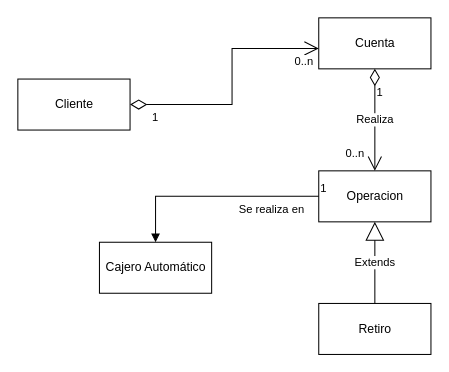
The draw.io diagram page "Vista Lógica" (2 of 7) of Clase5_IS1.drawio.xml in cpaztrillo/utec_isoftware1_2022_2, before the edit. Source tidied: cells renumbered, new cells numbered last; positions are measured from the earlier drawing's top-left corner, leaving out a move shared by most shapes. Both pictures are drawn from the tidied source at 102%, with x=0, y=0 at pixel (17, 17).
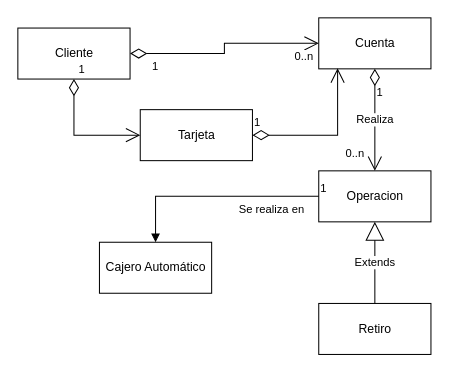
The same page after the edit.

The change refers to these unchanged cells:
```xml
<mxCell id="3" value="Cuenta" style="html=1;" parent="1" vertex="1">
  <mxGeometry x="295" width="110" height="50" as="geometry" />
</mxCell>
```

What changed in the source:
```diff
@@
     <mxCell id="2" value="Cliente" style="html=1;" parent="1" vertex="1">
-      <mxGeometry y="60" width="110" height="50" as="geometry" />
+      <mxGeometry y="10" width="110" height="50" as="geometry" />
     </mxCell>
@@
     <mxCell id="6" style="endArrow=open;html=1;endSize=12;startArrow=diamondThin;startSize=14;startFill=0;edgeStyle=orthogonalEdgeStyle;rounded=0;exitX=1;exitY=0.5;exitDx=0;exitDy=0;" parent="1" edge="1" source="2" target="3">
-      <mxGeometry x="-0.36" y="30" relative="1" as="geometry">
-        <Array as="points">
-          <mxPoint x="210" y="85" />
-          <mxPoint x="210" y="30" />
-        </Array>
-      </mxGeometry>
+      <mxGeometry relative="1" as="geometry" />
     </mxCell>
@@
+    <mxCell id="16" value="Tarjeta" style="html=1;" parent="1" vertex="1">
+      <mxGeometry x="120" y="90" width="110" height="50" as="geometry" />
+    </mxCell>
+    <mxCell id="17" value="1" style="endArrow=open;html=1;endSize=12;startArrow=diamondThin;startSize=14;startFill=0;edgeStyle=orthogonalEdgeStyle;align=left;verticalAlign=bottom;rounded=0;entryX=0.168;entryY=0.989;entryDx=0;entryDy=0;entryPerimeter=0;exitX=1;exitY=0.5;exitDx=0;exitDy=0;" parent="1" edge="1" source="16" target="3">
+      <mxGeometry x="-1" y="3" relative="1" as="geometry" />
+    </mxCell>
+    <mxCell id="18" value="1" style="endArrow=open;html=1;endSize=12;startArrow=diamondThin;startSize=14;startFill=0;edgeStyle=orthogonalEdgeStyle;align=left;verticalAlign=bottom;rounded=0;entryX=0;entryY=0.5;entryDx=0;entryDy=0;exitX=0.5;exitY=1;exitDx=0;exitDy=0;" parent="1" edge="1" source="2" target="16">
+      <mxGeometry x="-1" y="3" relative="1" as="geometry" />
+    </mxCell>
```
